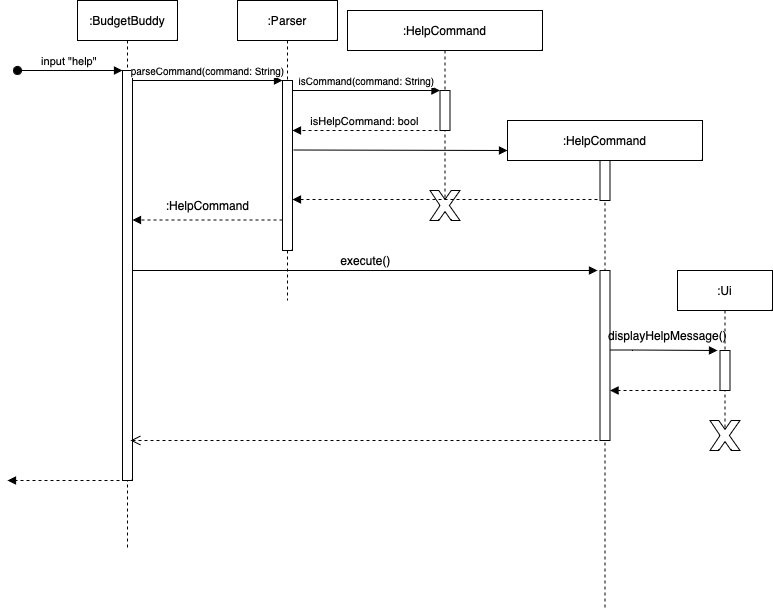
Before: docs/diagrams/DisplayHelpSequenceDiagram.drawio.png, a diagram exported from draw.io (telferang/tp). Source tidied: cells renumbered, new cells last; positions are measured from the earlier drawing's top-left corner, leaving out a move shared by most shapes.
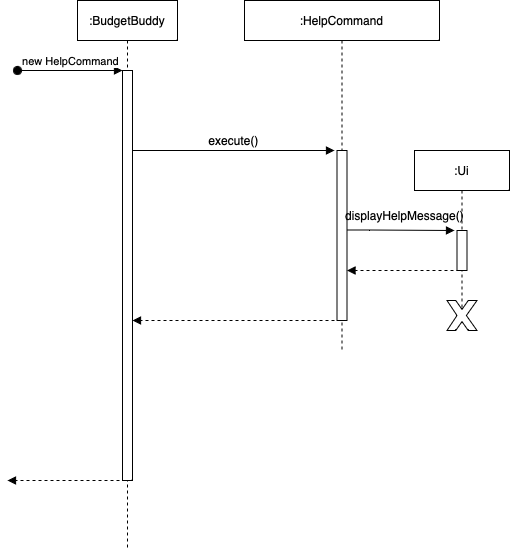
The same diagram one commit later.

Commit message:
Edit DG sequence diagrams according to comments Edit displaySavings methods to remove extra newline character.

The edit, as a diff of the source:
```diff
@@ -3,83 +3,22 @@
     <mxCell id="0" />
     <mxCell id="1" parent="0" />
     <mxCell id="2" value=":BudgetBuddy" style="shape=umlLifeline;perimeter=lifelinePerimeter;whiteSpace=wrap;html=1;newEdgeStyle={&quot;edgeStyle&quot;:&quot;elbowEdgeStyle&quot;,&quot;elbow&quot;:&quot;vertical&quot;,&quot;curved&quot;:0,&quot;rounded&quot;:0};" parent="1" vertex="1">
-      <mxGeometry x="70" width="100" height="550" as="geometry" />
+      <mxGeometry x="333" y="120" width="100" height="550" as="geometry" />
     </mxCell>
     <mxCell id="3" style="html=1;points=[];perimeter=orthogonalPerimeter;outlineConnect=0;targetShapes=umlLifeline;portConstraint=eastwest;newEdgeStyle={&quot;edgeStyle&quot;:&quot;elbowEdgeStyle&quot;,&quot;elbow&quot;:&quot;vertical&quot;,&quot;curved&quot;:0,&quot;rounded&quot;:0};" parent="2" vertex="1">
       <mxGeometry x="45" y="70" width="10" height="410" as="geometry" />
     </mxCell>
-    <mxCell id="4" value="input &quot;help&quot;&amp;nbsp;" style="html=1;verticalAlign=bottom;startArrow=oval;endArrow=block;startSize=8;edgeStyle=elbowEdgeStyle;elbow=vertical;curved=0;rounded=0;" parent="2" edge="1" target="3">
+    <mxCell id="4" value="new HelpCommand" style="html=1;verticalAlign=bottom;startArrow=oval;endArrow=block;startSize=8;edgeStyle=elbowEdgeStyle;elbow=vertical;curved=0;rounded=0;" parent="2" edge="1" target="3">
       <mxGeometry relative="1" as="geometry">
         <mxPoint x="-60" y="70" as="sourcePoint" />
       </mxGeometry>
     </mxCell>
-    <mxCell id="5" value=":Parser" style="shape=umlLifeline;perimeter=lifelinePerimeter;whiteSpace=wrap;html=1;newEdgeStyle={&quot;edgeStyle&quot;:&quot;elbowEdgeStyle&quot;,&quot;elbow&quot;:&quot;vertical&quot;,&quot;curved&quot;:0,&quot;rounded&quot;:0};" parent="1" vertex="1">
-      <mxGeometry x="230" width="100" height="300" as="geometry" />
-    </mxCell>
-    <mxCell id="6" style="html=1;points=[];perimeter=orthogonalPerimeter;outlineConnect=0;targetShapes=umlLifeline;portConstraint=eastwest;newEdgeStyle={&quot;edgeStyle&quot;:&quot;elbowEdgeStyle&quot;,&quot;elbow&quot;:&quot;vertical&quot;,&quot;curved&quot;:0,&quot;rounded&quot;:0};" parent="5" vertex="1">
-      <mxGeometry x="45" y="80" width="10" height="170" as="geometry" />
-    </mxCell>
-    <mxCell id="7" value="&lt;font style=&quot;font-size: 10px;&quot;&gt;parseCommand(command: String)&lt;/font&gt;" style="html=1;verticalAlign=bottom;endArrow=block;edgeStyle=elbowEdgeStyle;elbow=horizontal;curved=0;rounded=0;" parent="1" edge="1" source="3" target="6">
-      <mxGeometry relative="1" as="geometry">
-        <Array as="points">
-          <mxPoint x="210" y="80" />
-        </Array>
-      </mxGeometry>
-    </mxCell>
-    <mxCell id="8" style="html=1;verticalAlign=bottom;endArrow=block;dashed=1;endSize=6;edgeStyle=elbowEdgeStyle;elbow=vertical;curved=0;rounded=0;endFill=1;" parent="1" edge="1">
-      <mxGeometry relative="1" as="geometry">
-        <mxPoint x="275" y="219.5" as="sourcePoint" />
-        <mxPoint x="125" y="219.5" as="targetPoint" />
-        <Array as="points">
-          <mxPoint x="220" y="219.5" />
-        </Array>
-      </mxGeometry>
-    </mxCell>
-    <mxCell id="9" value=":HelpCommand" style="shape=umlLifeline;perimeter=lifelinePerimeter;whiteSpace=wrap;html=1;newEdgeStyle={&quot;edgeStyle&quot;:&quot;elbowEdgeStyle&quot;,&quot;elbow&quot;:&quot;vertical&quot;,&quot;curved&quot;:0,&quot;rounded&quot;:0};" parent="1" vertex="1">
-      <mxGeometry x="340" y="10" width="195" height="200" as="geometry" />
-    </mxCell>
-    <mxCell id="10" style="html=1;points=[];perimeter=orthogonalPerimeter;outlineConnect=0;targetShapes=umlLifeline;portConstraint=eastwest;newEdgeStyle={&quot;edgeStyle&quot;:&quot;elbowEdgeStyle&quot;,&quot;elbow&quot;:&quot;vertical&quot;,&quot;curved&quot;:0,&quot;rounded&quot;:0};" parent="9" vertex="1">
-      <mxGeometry x="92.5" y="80" width="10" height="40" as="geometry" />
-    </mxCell>
-    <mxCell id="11" value="&lt;font style=&quot;font-size: 10px;&quot;&gt;isCommand(command: String)&lt;/font&gt;" style="html=1;verticalAlign=bottom;endArrow=block;elbow=vertical;rounded=0;" parent="1" edge="1" source="6" target="10">
-      <mxGeometry relative="1" as="geometry">
-        <Array as="points">
-          <mxPoint x="350" y="90" />
-        </Array>
-      </mxGeometry>
-    </mxCell>
-    <mxCell id="12" value="isHelpCommand: bool" style="html=1;verticalAlign=bottom;endArrow=block;dashed=1;endSize=6;elbow=vertical;rounded=0;endFill=1;" parent="1" edge="1">
-      <mxGeometry relative="1" as="geometry">
-        <mxPoint x="430" y="130" as="sourcePoint" />
-        <mxPoint x="285" y="130" as="targetPoint" />
-      </mxGeometry>
-    </mxCell>
-    <mxCell id="13" style="verticalLabelPosition=bottom;verticalAlign=top;html=1;shape=mxgraph.basic.x;" parent="1" vertex="1">
-      <mxGeometry x="422.5" y="190" width="30" height="30" as="geometry" />
-    </mxCell>
     <mxCell id="14" value=":HelpCommand" style="shape=umlLifeline;perimeter=lifelinePerimeter;whiteSpace=wrap;html=1;newEdgeStyle={&quot;edgeStyle&quot;:&quot;elbowEdgeStyle&quot;,&quot;elbow&quot;:&quot;vertical&quot;,&quot;curved&quot;:0,&quot;rounded&quot;:0};" parent="1" vertex="1">
-      <mxGeometry x="500" y="120" width="195" height="490" as="geometry" />
+      <mxGeometry x="500" y="120" width="195" height="350" as="geometry" />
     </mxCell>
-    <mxCell id="15" style="html=1;perimeter=orthogonalPerimeter;targetShapes=umlLifeline;newEdgeStyle={&quot;edgeStyle&quot;:&quot;elbowEdgeStyle&quot;,&quot;elbow&quot;:&quot;vertical&quot;,&quot;curved&quot;:0,&quot;rounded&quot;:0};" parent="14" vertex="1">
-      <mxGeometry x="92.5" y="40" width="10" height="40" as="geometry" />
-    </mxCell>
     <mxCell id="16" style="html=1;points=[];perimeter=orthogonalPerimeter;outlineConnect=0;targetShapes=umlLifeline;portConstraint=eastwest;newEdgeStyle={&quot;edgeStyle&quot;:&quot;elbowEdgeStyle&quot;,&quot;elbow&quot;:&quot;vertical&quot;,&quot;curved&quot;:0,&quot;rounded&quot;:0};" parent="14" vertex="1">
       <mxGeometry x="92.5" y="150" width="10" height="170" as="geometry" />
     </mxCell>
-    <mxCell id="17" style="html=1;verticalAlign=bottom;endArrow=block;elbow=vertical;rounded=0;" parent="1" edge="1">
-      <mxGeometry relative="1" as="geometry">
-        <mxPoint x="286" y="149.5" as="sourcePoint" />
-        <mxPoint x="500" y="150" as="targetPoint" />
-      </mxGeometry>
-    </mxCell>
-    <mxCell id="18" style="html=1;verticalAlign=bottom;endArrow=block;dashed=1;endSize=6;elbow=vertical;rounded=0;endFill=1;" parent="1" edge="1" target="6">
-      <mxGeometry relative="1" as="geometry">
-        <mxPoint x="590" y="199" as="sourcePoint" />
-      </mxGeometry>
-    </mxCell>
-    <mxCell id="19" value="&lt;font style=&quot;font-size: 12px;&quot;&gt;:HelpCommand&lt;/font&gt;" style="text;html=1;align=center;verticalAlign=middle;strokeColor=none;fillColor=none;fontSize=10;" parent="1" vertex="1">
-      <mxGeometry x="145" y="190" width="110" height="30" as="geometry" />
-    </mxCell>
     <mxCell id="20" value="&lt;font style=&quot;font-size: 12px;&quot;&gt;execute()&lt;/font&gt;" style="html=1;verticalAlign=bottom;endArrow=block;edgeStyle=elbowEdgeStyle;elbow=horizontal;curved=0;rounded=0;" parent="1" edge="1" source="3">
       <mxGeometry relative="1" as="geometry">
         <mxPoint x="590" y="270" as="targetPoint" />
@@ -94,16 +33,15 @@
     <mxCell id="22" style="html=1;perimeter=orthogonalPerimeter;targetShapes=umlLifeline;newEdgeStyle={&quot;edgeStyle&quot;:&quot;elbowEdgeStyle&quot;,&quot;elbow&quot;:&quot;vertical&quot;,&quot;curved&quot;:0,&quot;rounded&quot;:0};" parent="21" vertex="1">
       <mxGeometry x="42.5" y="80" width="10" height="40" as="geometry" />
     </mxCell>
-    <mxCell id="23" style="html=1;verticalAlign=bottom;endArrow=open;dashed=1;endSize=8;elbow=vertical;rounded=0;" parent="1" edge="1">
+    <mxCell id="23" style="html=1;verticalAlign=bottom;endArrow=block;dashed=1;endSize=6;elbow=vertical;rounded=0;endFill=1;" parent="1" edge="1" target="3">
       <mxGeometry relative="1" as="geometry">
         <mxPoint x="590" y="440" as="sourcePoint" />
-        <mxPoint x="123" y="440" as="targetPoint" />
       </mxGeometry>
     </mxCell>
     <mxCell id="24" style="html=1;verticalAlign=bottom;endArrow=block;dashed=1;endSize=6;elbow=vertical;rounded=0;endFill=1;" parent="1" edge="1">
       <mxGeometry relative="1" as="geometry">
-        <mxPoint x="112" y="480" as="sourcePoint" />
-        <mxPoint y="480" as="targetPoint" />
+        <mxPoint x="375" y="600" as="sourcePoint" />
+        <mxPoint x="263" y="600" as="targetPoint" />
       </mxGeometry>
     </mxCell>
     <mxCell id="25" style="html=1;verticalAlign=bottom;endArrow=block;elbow=vertical;rounded=0;" parent="1" edge="1" source="16">
```
